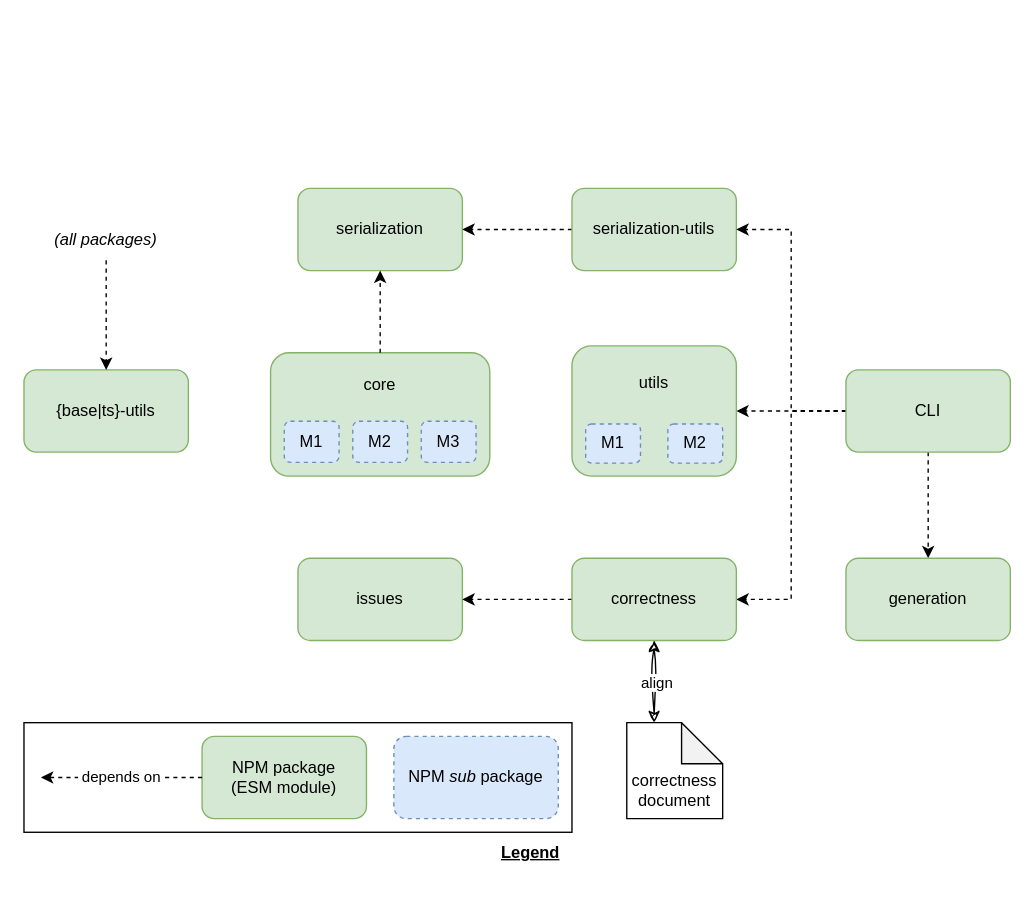
Before: documentation/packages.drawio in LionWeb-io/lionweb-typescript, a draw.io diagram. Source tidied: cells renumbered, new cells numbered last; positions are measured from the earlier drawing's top-left corner, leaving out a move shared by most shapes. Both pictures are drawn from the tidied source at 137%, with x=0, y=0 at pixel (23, 188).
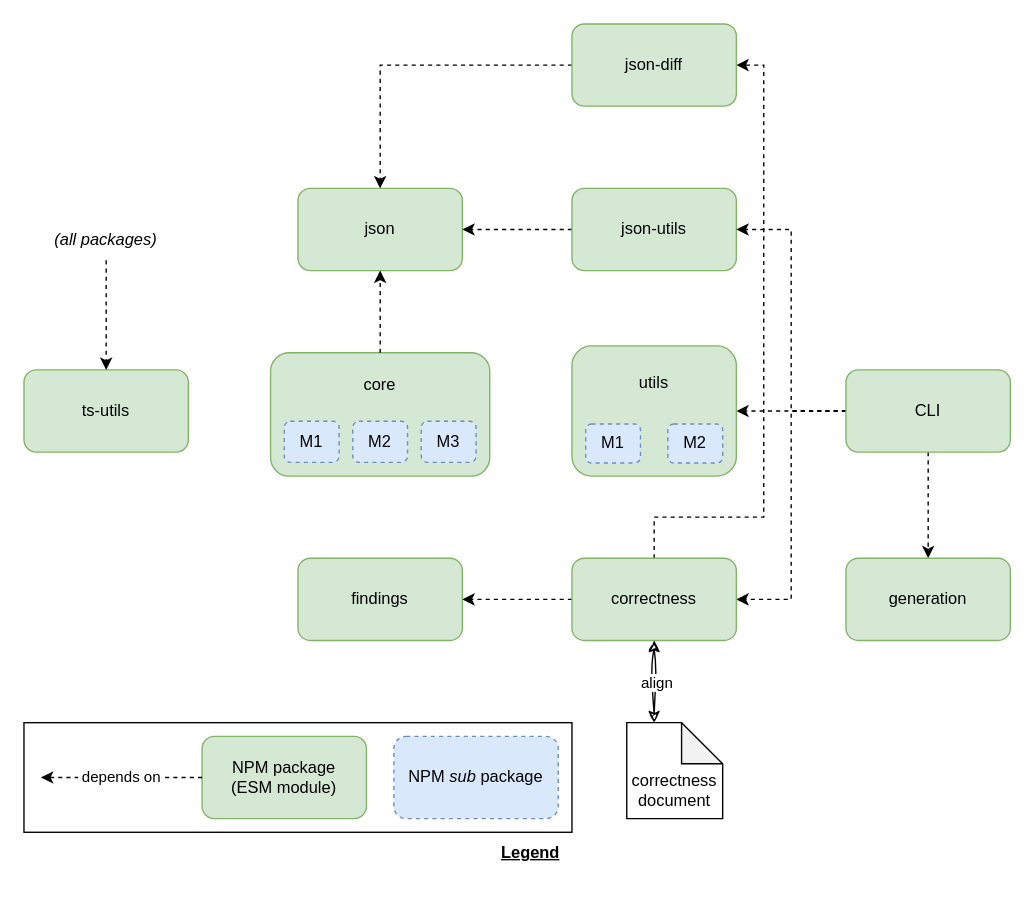
The same diagram, later.

Unchanged cells that the change refers to:
```xml
<mxCell id="15" value="&lt;font face=&quot;Fira Code&quot;&gt;correctness&lt;/font&gt;" style="rounded=1;whiteSpace=wrap;html=1;fillColor=#d5e8d4;strokeColor=#82b366;" parent="1" vertex="1">
  <mxGeometry x="400" y="270" width="120" height="60" as="geometry" />
</mxCell>
```

Diff of the diagram source:
```diff
@@
-    <mxCell id="5" value="&lt;font face=&quot;Fira Code&quot;&gt;serialization&lt;/font&gt;" style="rounded=1;whiteSpace=wrap;html=1;fillColor=#d5e8d4;strokeColor=#82b366;" parent="1" vertex="1">
+    <mxCell id="5" value="&lt;font face=&quot;Fira Code&quot;&gt;json&lt;/font&gt;" style="rounded=1;whiteSpace=wrap;html=1;fillColor=#d5e8d4;strokeColor=#82b366;" parent="1" vertex="1">
       <mxGeometry x="200" width="120" height="60" as="geometry" />
     </mxCell>
@@
-    <mxCell id="7" value="&lt;font face=&quot;Fira Code&quot;&gt;serialization-utils&lt;/font&gt;" style="rounded=1;whiteSpace=wrap;html=1;fillColor=#d5e8d4;strokeColor=#82b366;" parent="1" vertex="1">
+    <mxCell id="7" value="&lt;font face=&quot;Fira Code&quot;&gt;json-utils&lt;/font&gt;" style="rounded=1;whiteSpace=wrap;html=1;fillColor=#d5e8d4;strokeColor=#82b366;" parent="1" vertex="1">
       <mxGeometry x="400" width="120" height="60" as="geometry" />
     </mxCell>
@@
-    <mxCell id="13" value="&lt;font face=&quot;Fira Code&quot;&gt;issues&lt;/font&gt;" style="rounded=1;whiteSpace=wrap;html=1;fillColor=#d5e8d4;strokeColor=#82b366;" parent="1" vertex="1">
+    <mxCell id="13" value="&lt;font face=&quot;Fira Code&quot;&gt;findings&lt;/font&gt;" style="rounded=1;whiteSpace=wrap;html=1;fillColor=#d5e8d4;strokeColor=#82b366;" parent="1" vertex="1">
       <mxGeometry x="200" y="270" width="120" height="60" as="geometry" />
     </mxCell>
@@
+    <mxCell id="35" style="edgeStyle=orthogonalEdgeStyle;rounded=0;jettySize=auto;html=1;exitX=0.5;exitY=0;exitDx=0;exitDy=0;entryX=1;entryY=0.5;entryDx=0;entryDy=0;dashed=1;" parent="1" edge="1" source="15" target="37">
+      <mxGeometry relative="1" as="geometry">
+        <Array as="points">
+          <mxPoint x="460" y="240" />
+          <mxPoint x="540" y="240" />
+          <mxPoint x="540" y="-90" />
+        </Array>
+      </mxGeometry>
+    </mxCell>
@@
-    <mxCell id="25" value="&lt;font face=&quot;Fira Code&quot;&gt;{base|ts}-utils&lt;/font&gt;" style="rounded=1;whiteSpace=wrap;html=1;fillColor=#d5e8d4;strokeColor=#82b366;" parent="1" vertex="1">
+    <mxCell id="25" value="&lt;font face=&quot;Fira Code&quot;&gt;ts-utils&lt;/font&gt;" style="rounded=1;whiteSpace=wrap;html=1;fillColor=#d5e8d4;strokeColor=#82b366;" parent="1" vertex="1">
       <mxGeometry y="132.5" width="120" height="60" as="geometry" />
     </mxCell>
@@
+    <mxCell id="36" style="edgeStyle=orthogonalEdgeStyle;rounded=0;jettySize=auto;html=1;exitX=0;exitY=0.5;exitDx=0;exitDy=0;entryX=0.5;entryY=0;entryDx=0;entryDy=0;dashed=1;" parent="1" edge="1" source="37" target="5">
+      <mxGeometry relative="1" as="geometry" />
+    </mxCell>
+    <mxCell id="37" value="&lt;font face=&quot;Fira Code&quot;&gt;json-diff&lt;/font&gt;" style="rounded=1;whiteSpace=wrap;html=1;fillColor=#d5e8d4;strokeColor=#82b366;" parent="1" vertex="1">
+      <mxGeometry x="400" y="-120" width="120" height="60" as="geometry" />
+    </mxCell>
```
